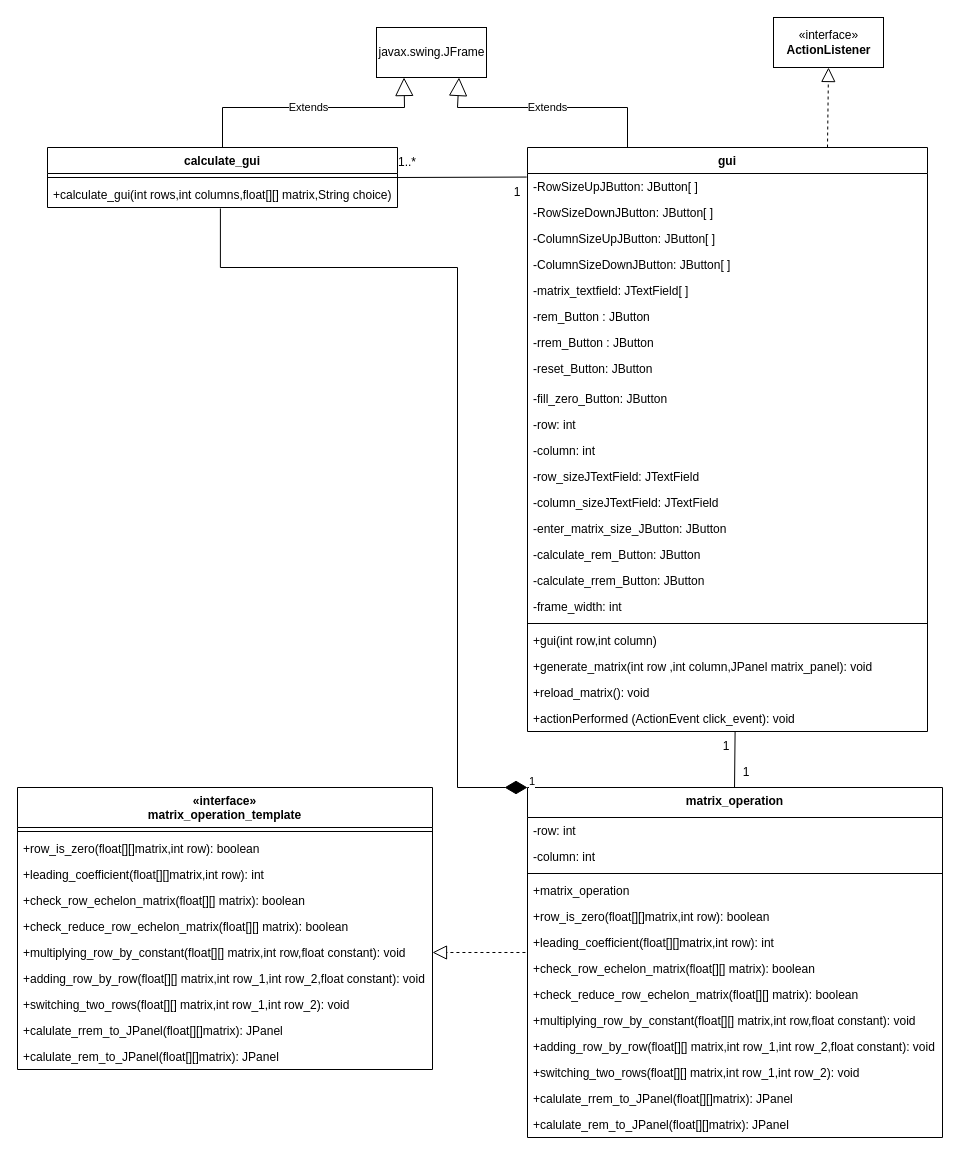
This is final/diagram/matrix_class_diagram.drawio from lsealedl/Row_Echelon_Matrix, a draw.io file, before an edit. Source tidied: cells renumbered, new cells numbered last; positions are measured from the earlier drawing's top-left corner, leaving out a move shared by most shapes. Both pictures are drawn from the tidied source at 100%, with x=0, y=0 at pixel (17, 17).
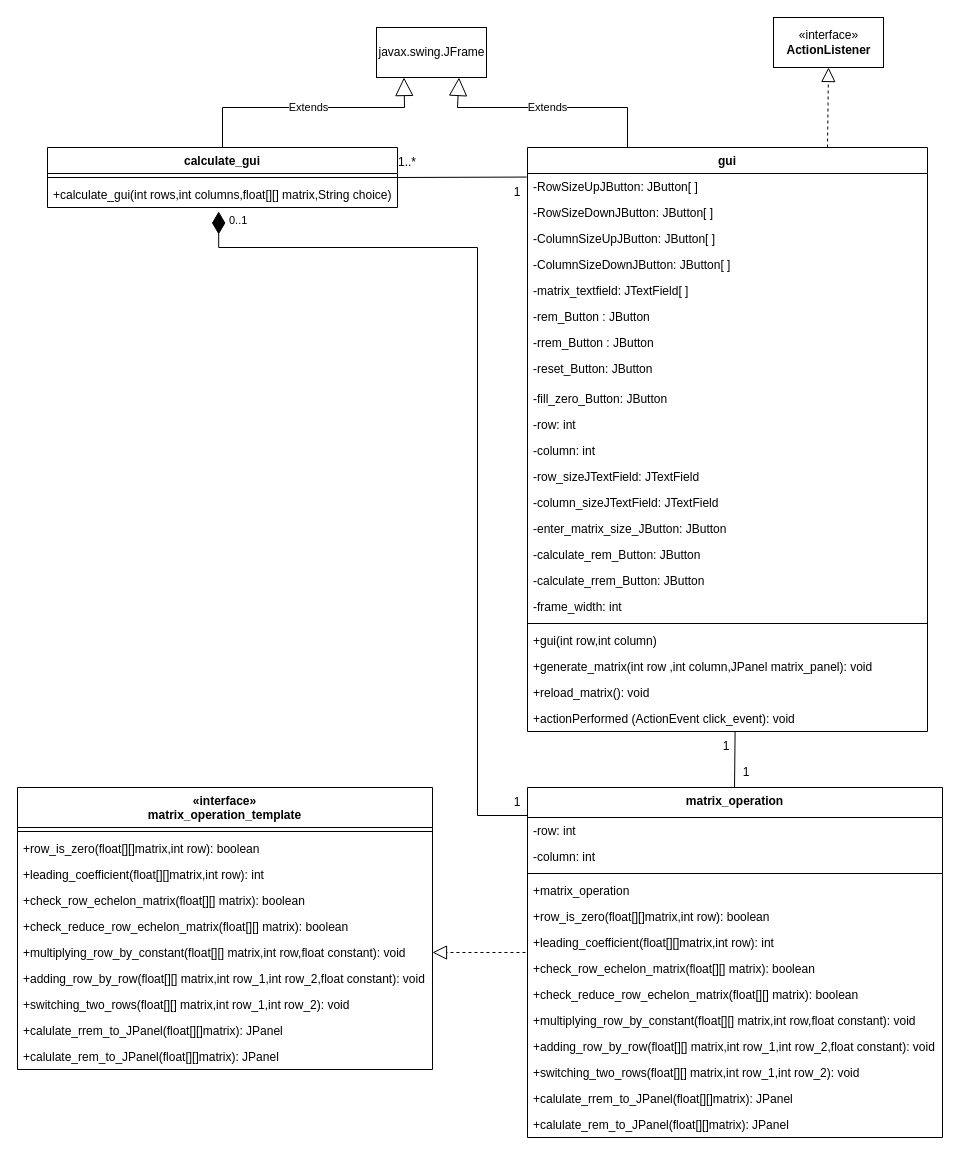
After the change.

Commit message (it also covers changes not shown here):
แก้ class diagram อีกรอบ

Unchanged cells that the change refers to:
```xml
<mxCell id="34" value="+calculate_gui(int rows,int columns,float[][] matrix,String choice)" style="text;strokeColor=none;fillColor=none;align=left;verticalAlign=top;spacingLeft=4;spacingRight=4;overflow=hidden;points=[[0,0.5],[1,0.5]];portConstraint=eastwest;" parent="32" vertex="1">
  <mxGeometry y="34" width="350" height="26" as="geometry" />
</mxCell>
<mxCell id="48" value="matrix_operation" style="swimlane;fontStyle=1;align=center;verticalAlign=top;horizontal=1;startSize=30;" parent="1" vertex="1">
  <mxGeometry x="510" y="770" width="415" height="350" as="geometry" />
</mxCell>
```

Diff of the diagram source:
```diff
@@
-    <mxCell id="65" value="1" style="endArrow=none;html=1;startArrow=diamondThin;startFill=1;edgeStyle=orthogonalEdgeStyle;align=left;verticalAlign=bottom;rounded=0;endFill=0;exitX=0;exitY=0;exitDx=0;exitDy=0;entryX=0.494;entryY=1.038;entryDx=0;entryDy=0;entryPerimeter=0;targetPerimeterSpacing=0;endSize=6;startSize=20;" parent="1" edge="1" source="48" target="34">
-      <mxGeometry x="-1" y="3" relative="1" as="geometry">
+    <mxCell id="65" value="0..1" style="endArrow=none;html=1;startArrow=diamondThin;startFill=1;edgeStyle=orthogonalEdgeStyle;align=left;verticalAlign=bottom;rounded=0;endFill=0;targetPerimeterSpacing=0;endSize=6;startSize=20;exitX=0.489;exitY=1.154;exitDx=0;exitDy=0;exitPerimeter=0;entryX=0;entryY=0.08;entryDx=0;entryDy=0;entryPerimeter=0;" parent="1" edge="1" source="34" target="48">
+      <mxGeometry x="-0.96" y="9" relative="1" as="geometry">
         <Array as="points">
-          <mxPoint x="440" y="770" />
-          <mxPoint x="440" y="250" />
-          <mxPoint x="203" y="250" />
+          <mxPoint x="201" y="230" />
+          <mxPoint x="460" y="230" />
+          <mxPoint x="460" y="798" />
         </Array>
       </mxGeometry>
     </mxCell>
+    <mxCell id="66" value="1" style="text;html=1;strokeColor=none;fillColor=none;align=center;verticalAlign=middle;whiteSpace=wrap;rounded=0;" parent="1" vertex="1">
+      <mxGeometry x="490" y="770" width="20" height="30" as="geometry" />
+    </mxCell>
```
